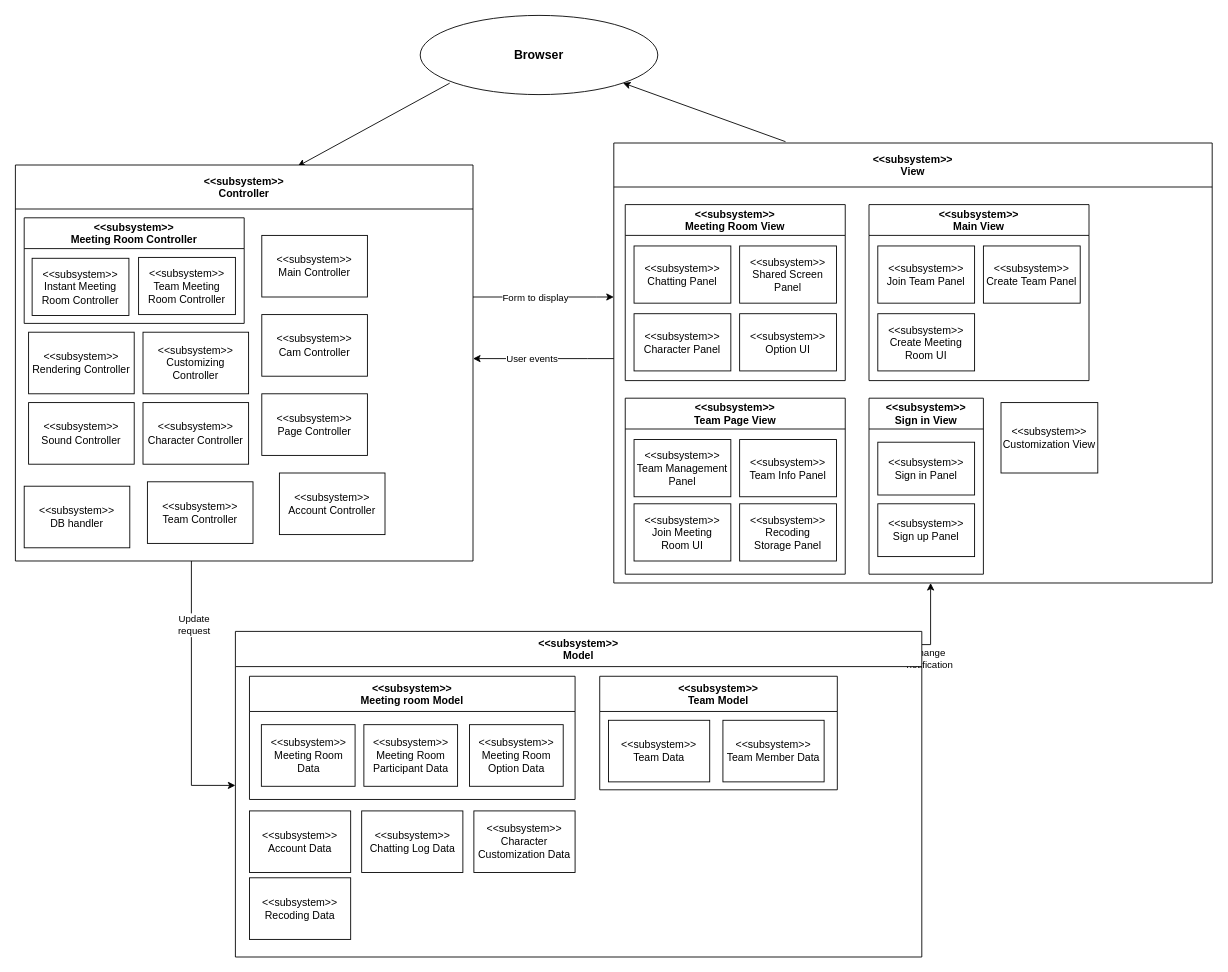
This is MVC_pattern.drawio from ONFFLine/Diagram, a draw.io file, before an edit. Source tidied: cells renumbered, new cells numbered last; positions are measured from the earlier drawing's top-left corner, leaving out a move shared by most shapes. Both pictures are drawn from the tidied source at 88%, with x=0, y=0 at pixel (15, 15).
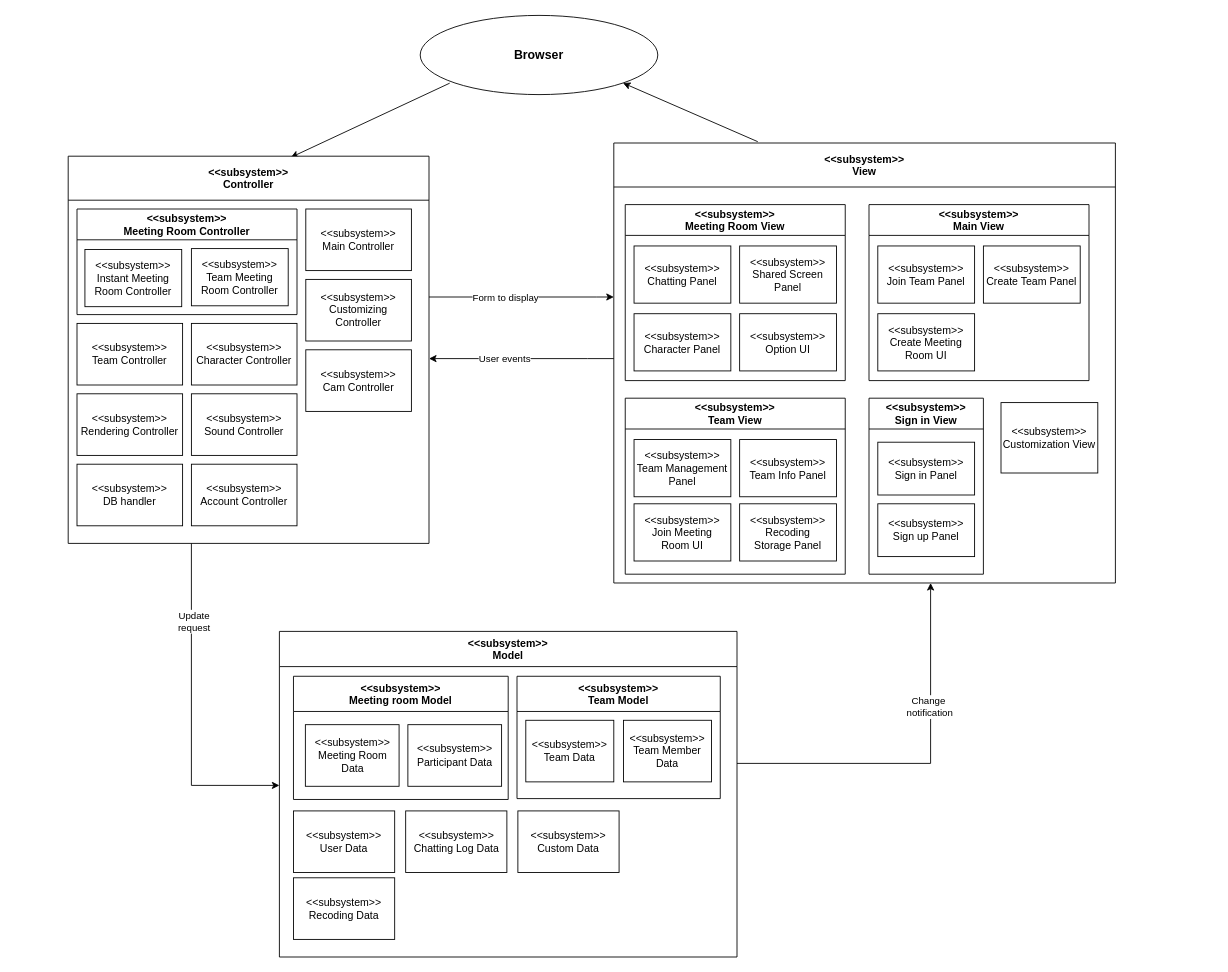
Above is the later version.

Commit message:
modify Controller, Model

Change to the diagram source:
```diff
@@
     <mxCell id="9" value="&lt;&lt;subsystem&gt;&gt;&#10;Controller" style="swimlane;startSize=50;" parent="1" vertex="1">
-      <mxGeometry y="170" width="520" height="450" as="geometry" />
+      <mxGeometry x="60" y="160" width="410" height="440" as="geometry" />
     </mxCell>
     <mxCell id="10" value="&amp;lt;&amp;lt;subsystem&amp;gt;&amp;gt;&lt;br&gt;Rendering Controller" style="whiteSpace=wrap;html=1;" parent="9" vertex="1">
-      <mxGeometry x="15" y="190" width="120" height="70" as="geometry" />
+      <mxGeometry x="10" y="270" width="120" height="70" as="geometry" />
     </mxCell>
     <mxCell id="11" value="&amp;lt;&amp;lt;subsystem&amp;gt;&amp;gt;&lt;br&gt;Cam Controller" style="whiteSpace=wrap;html=1;" parent="9" vertex="1">
-      <mxGeometry x="280" y="170" width="120" height="70" as="geometry" />
+      <mxGeometry x="270" y="220" width="120" height="70" as="geometry" />
     </mxCell>
     <mxCell id="12" value="&amp;lt;&amp;lt;subsystem&amp;gt;&amp;gt;&lt;br&gt;Sound Controller" style="whiteSpace=wrap;html=1;" parent="9" vertex="1">
-      <mxGeometry x="15" y="270" width="120" height="70" as="geometry" />
+      <mxGeometry x="140" y="270" width="120" height="70" as="geometry" />
     </mxCell>
     <mxCell id="13" value="&amp;lt;&amp;lt;subsystem&amp;gt;&amp;gt;&lt;br&gt;Customizing Controller" style="whiteSpace=wrap;html=1;" parent="9" vertex="1">
-      <mxGeometry x="145" y="190" width="120" height="70" as="geometry" />
+      <mxGeometry x="270" y="140" width="120" height="70" as="geometry" />
     </mxCell>
     <mxCell id="14" value="&amp;lt;&amp;lt;subsystem&amp;gt;&amp;gt;&lt;br&gt;Main Controller" style="whiteSpace=wrap;html=1;" parent="9" vertex="1">
-      <mxGeometry x="280" y="80" width="120" height="70" as="geometry" />
+      <mxGeometry x="270" y="60" width="120" height="70" as="geometry" />
     </mxCell>
     <mxCell id="15" value="&amp;lt;&amp;lt;subsystem&amp;gt;&amp;gt;&lt;br&gt;Character Controller" style="whiteSpace=wrap;html=1;" parent="9" vertex="1">
-      <mxGeometry x="145" y="270" width="120" height="70" as="geometry" />
+      <mxGeometry x="140" y="190" width="120" height="70" as="geometry" />
     </mxCell>
-    <mxCell id="16" value="&amp;lt;&amp;lt;subsystem&amp;gt;&amp;gt;&lt;br&gt;Page Controller" style="whiteSpace=wrap;html=1;" parent="9" vertex="1">
-      <mxGeometry x="280" y="260" width="120" height="70" as="geometry" />
-    </mxCell>
@@
     <mxCell id="21" value="&amp;lt;&amp;lt;subsystem&amp;gt;&amp;gt;&lt;br&gt;DB handler" style="whiteSpace=wrap;html=1;" parent="9" vertex="1">
-      <mxGeometry x="10" y="365" width="120" height="70" as="geometry" />
+      <mxGeometry x="10" y="350" width="120" height="70" as="geometry" />
     </mxCell>
     <mxCell id="22" value="&amp;lt;&amp;lt;subsystem&amp;gt;&amp;gt;&lt;br&gt;Team Controller" style="whiteSpace=wrap;html=1;" parent="9" vertex="1">
-      <mxGeometry x="150" y="360" width="120" height="70" as="geometry" />
+      <mxGeometry x="10" y="190" width="120" height="70" as="geometry" />
     </mxCell>
     <mxCell id="23" value="&amp;lt;&amp;lt;subsystem&amp;gt;&amp;gt;&lt;br&gt;Account Controller" style="whiteSpace=wrap;html=1;" parent="9" vertex="1">
-      <mxGeometry x="300" y="350" width="120" height="70" as="geometry" />
+      <mxGeometry x="140" y="350" width="120" height="70" as="geometry" />
     </mxCell>
@@
     <mxCell id="26" value="&lt;&lt;subsystem&gt;&gt;&#10;View" style="swimlane;startSize=50;" parent="1" vertex="1">
-      <mxGeometry x="680" y="145" width="680" height="500" as="geometry" />
+      <mxGeometry x="680" y="145" width="570" height="500" as="geometry" />
     </mxCell>
@@
-    <mxCell id="34" value="&lt;&lt;subsystem&gt;&gt;&#10;Team Page View" style="swimlane;startSize=35;" parent="26" vertex="1">
+    <mxCell id="34" value="&lt;&lt;subsystem&gt;&gt;&#10;Team View" style="swimlane;startSize=35;" parent="26" vertex="1">
       <mxGeometry x="13" y="290" width="250" height="200" as="geometry" />
     </mxCell>
@@
     <mxCell id="49" style="edgeStyle=orthogonalEdgeStyle;rounded=0;jettySize=auto;html=1;" parent="1" edge="1" source="51" target="26">
       <mxGeometry relative="1" as="geometry">
         <Array as="points">
-          <mxPoint x="1040" y="715" />
+          <mxPoint x="1040" y="850" />
         </Array>
       </mxGeometry>
     </mxCell>
@@
     <mxCell id="51" value="&lt;&lt;subsystem&gt;&gt;&#10;Model" style="swimlane;startSize=40;" parent="1" vertex="1">
-      <mxGeometry x="250" y="700" width="780" height="370" as="geometry" />
+      <mxGeometry x="300" y="700" width="520" height="370" as="geometry" />
     </mxCell>
-    <mxCell id="52" value="&amp;lt;&amp;lt;subsystem&amp;gt;&amp;gt;&lt;br&gt;Account Data" style="whiteSpace=wrap;html=1;" parent="51" vertex="1">
+    <mxCell id="52" value="&amp;lt;&amp;lt;subsystem&amp;gt;&amp;gt;&lt;br&gt;User Data" style="whiteSpace=wrap;html=1;" parent="51" vertex="1">
       <mxGeometry x="16" y="204" width="115" height="70" as="geometry" />
     </mxCell>
     <mxCell id="53" value="&lt;&lt;subsystem&gt;&gt;&#10;Meeting room Model" style="swimlane;startSize=40;" parent="51" vertex="1">
-      <mxGeometry x="16" y="51" width="370" height="140" as="geometry" />
+      <mxGeometry x="16" y="51" width="244" height="140" as="geometry" />
     </mxCell>
@@
-    <mxCell id="56" value="&amp;lt;&amp;lt;subsystem&amp;gt;&amp;gt;&lt;br&gt;Meeting Room Participant Data" style="whiteSpace=wrap;html=1;" parent="53" vertex="1">
+    <mxCell id="56" value="&amp;lt;&amp;lt;subsystem&amp;gt;&amp;gt;&lt;br&gt;Participant Data" style="whiteSpace=wrap;html=1;" parent="53" vertex="1">
       <mxGeometry x="130" y="55" width="106.5" height="70" as="geometry" />
     </mxCell>
-    <mxCell id="57" value="&amp;lt;&amp;lt;subsystem&amp;gt;&amp;gt;&lt;br&gt;Meeting Room&lt;br&gt;Option Data" style="whiteSpace=wrap;html=1;" parent="53" vertex="1">
-      <mxGeometry x="250" y="55" width="106.5" height="70" as="geometry" />
-    </mxCell>
@@
-    <mxCell id="59" value="&amp;lt;&amp;lt;subsystem&amp;gt;&amp;gt;&lt;br&gt;Character Customization Data" style="whiteSpace=wrap;html=1;" parent="51" vertex="1">
+    <mxCell id="59" value="&amp;lt;&amp;lt;subsystem&amp;gt;&amp;gt;&lt;br&gt;Custom Data" style="whiteSpace=wrap;html=1;" parent="51" vertex="1">
       <mxGeometry x="271" y="204" width="115" height="70" as="geometry" />
     </mxCell>
@@
     <mxCell id="61" value="&lt;&lt;subsystem&gt;&gt;&#10;Team Model" style="swimlane;startSize=40;" parent="51" vertex="1">
-      <mxGeometry x="414" y="51" width="270" height="129" as="geometry" />
+      <mxGeometry x="270" y="51" width="231" height="139" as="geometry" />
     </mxCell>
@@
     <mxCell id="63" value="&amp;lt;&amp;lt;subsystem&amp;gt;&amp;gt;&lt;br&gt;Team Member Data" style="whiteSpace=wrap;html=1;" parent="61" vertex="1">
-      <mxGeometry x="140" y="50" width="115" height="70" as="geometry" />
+      <mxGeometry x="121" y="50" width="100" height="70" as="geometry" />
     </mxCell>
     <mxCell id="64" value="&amp;lt;&amp;lt;subsystem&amp;gt;&amp;gt;&lt;br&gt;Team Data" style="whiteSpace=wrap;html=1;" parent="61" vertex="1">
-      <mxGeometry x="10" y="50" width="115" height="70" as="geometry" />
+      <mxGeometry x="10" y="50" width="100" height="70" as="geometry" />
     </mxCell>
```
